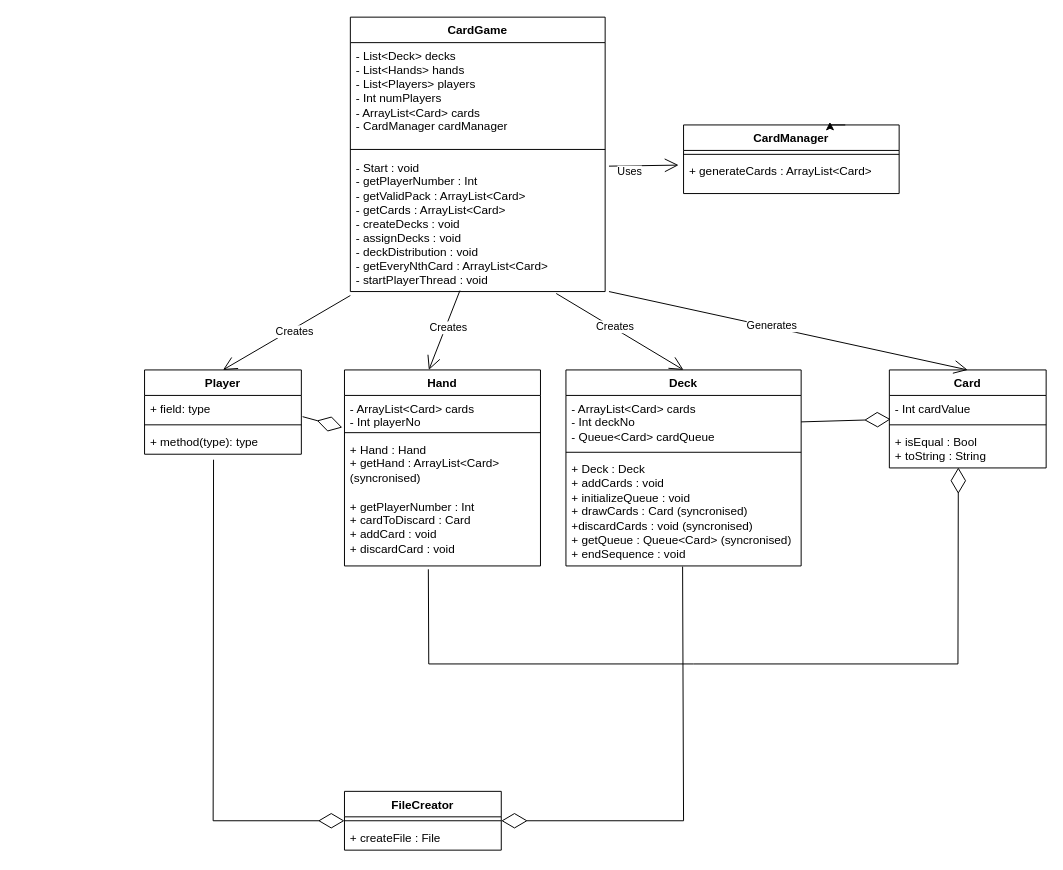
This is Untitled Diagram.drawio from Finn-Gosney/Card-game-software-dev, a draw.io file, before an edit. Source tidied: cells renumbered, new cells numbered last; positions are measured from the earlier drawing's top-left corner, leaving out a move shared by most shapes. Both pictures are drawn from the tidied source at 98%, with x=0, y=0 at pixel (144, 17).
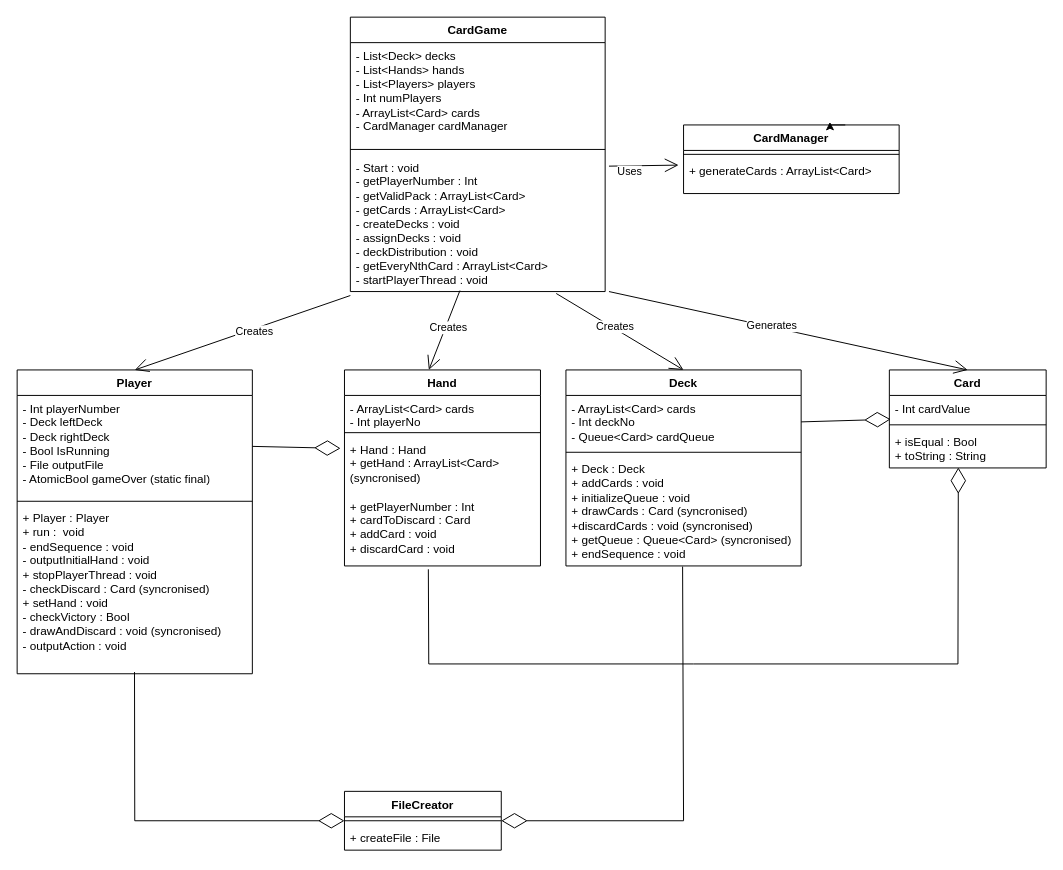
The same page after the edit.

Unchanged cells that the change refers to:
```xml
<mxCell id="17" value="FileCreator" style="swimlane;fontStyle=1;align=center;verticalAlign=top;horizontal=1;startSize=26;whiteSpace=wrap;html=1;" parent="1" vertex="1">
  <mxGeometry x="204" y="790" width="160" height="60" as="geometry" />
</mxCell>
<mxCell id="23" value="&lt;div&gt;- ArrayList&amp;lt;Card&amp;gt; cards&lt;/div&gt;&lt;div&gt;- Int playerNo&lt;br&gt;&lt;/div&gt;" style="text;strokeColor=none;fillColor=none;align=left;verticalAlign=top;spacingLeft=4;spacingRight=4;overflow=hidden;points=[[0,0.5],[1,0.5]];portConstraint=eastwest;whiteSpace=wrap;html=1;" parent="20" vertex="1">
  <mxGeometry y="26" width="200" height="34" as="geometry" />
</mxCell>
```

Diff of the diagram source:
```diff
@@
     <mxCell id="6" value="Player" style="swimlane;fontStyle=1;align=center;verticalAlign=top;horizontal=1;startSize=26;whiteSpace=wrap;html=1;" parent="1" vertex="1">
-      <mxGeometry y="360" width="160" height="86" as="geometry" />
+      <mxGeometry x="-130" y="360" width="240" height="310" as="geometry" />
     </mxCell>
-    <mxCell id="7" value="+ field: type" style="text;strokeColor=none;fillColor=none;align=left;verticalAlign=top;spacingLeft=4;spacingRight=4;overflow=hidden;points=[[0,0.5],[1,0.5]];portConstraint=eastwest;whiteSpace=wrap;html=1;" parent="6" vertex="1">
-      <mxGeometry y="26" width="160" height="26" as="geometry" />
+    <mxCell id="7" value="&lt;div&gt;- Int playerNumber&lt;/div&gt;&lt;div&gt;- Deck leftDeck&lt;/div&gt;&lt;div&gt;- Deck rightDeck &lt;br&gt;&lt;/div&gt;&lt;div&gt;- Bool IsRunning&lt;/div&gt;&lt;div&gt;- File outputFile&lt;/div&gt;&lt;div&gt;- AtomicBool gameOver (static final) &lt;br&gt;&lt;/div&gt;&lt;div&gt;&lt;br&gt;&lt;/div&gt;" style="text;strokeColor=none;fillColor=none;align=left;verticalAlign=top;spacingLeft=4;spacingRight=4;overflow=hidden;points=[[0,0.5],[1,0.5]];portConstraint=eastwest;whiteSpace=wrap;html=1;" parent="6" vertex="1">
+      <mxGeometry y="26" width="240" height="104" as="geometry" />
     </mxCell>
     <mxCell id="8" style="line;strokeWidth=1;fillColor=none;align=left;verticalAlign=middle;spacingTop=-1;spacingLeft=3;spacingRight=3;labelPosition=right;strokeColor=inherit;" parent="6" vertex="1">
-      <mxGeometry y="52" width="160" height="8" as="geometry" />
+      <mxGeometry y="130" width="240" height="8" as="geometry" />
     </mxCell>
-    <mxCell id="9" value="+ method(type): type" style="text;strokeColor=none;fillColor=none;align=left;verticalAlign=top;spacingLeft=4;spacingRight=4;overflow=hidden;points=[[0,0.5],[1,0.5]];portConstraint=eastwest;whiteSpace=wrap;html=1;" parent="6" vertex="1">
-      <mxGeometry y="60" width="160" height="26" as="geometry" />
+    <mxCell id="9" value="&lt;div&gt;+ Player : Player&lt;/div&gt;&lt;div&gt;+ run :&amp;nbsp; void&lt;/div&gt;&lt;div&gt;- endSequence : void&lt;/div&gt;&lt;div&gt;- outputInitialHand : void&lt;/div&gt;&lt;div&gt;+ stopPlayerThread : void&lt;/div&gt;&lt;div&gt;- checkDiscard : Card (syncronised)&lt;/div&gt;&lt;div&gt;+ setHand : void&lt;/div&gt;&lt;div&gt;- checkVictory : Bool &lt;br&gt;&lt;/div&gt;&lt;div&gt;- drawAndDiscard : void (syncronised)&lt;/div&gt;&lt;div&gt;- outputAction : void&lt;br&gt;&lt;/div&gt;" style="text;strokeColor=none;fillColor=none;align=left;verticalAlign=top;spacingLeft=4;spacingRight=4;overflow=hidden;points=[[0,0.5],[1,0.5]];portConstraint=eastwest;whiteSpace=wrap;html=1;" parent="6" vertex="1">
+      <mxGeometry y="138" width="240" height="172" as="geometry" />
     </mxCell>
@@
-    <mxCell id="39" style="endArrow=diamondThin;endFill=0;endSize=24;html=1;rounded=0;exitX=1.008;exitY=0.833;exitDx=0;exitDy=0;exitPerimeter=0;entryX=-0.011;entryY=0.962;entryDx=0;entryDy=0;entryPerimeter=0;" parent="1" edge="1" source="7" target="23">
-      <mxGeometry relative="1" as="geometry" />
+    <mxCell id="39" style="endArrow=diamondThin;endFill=0;endSize=24;html=1;rounded=0;exitX=1;exitY=0.5;exitDx=0;exitDy=0;" parent="1" edge="1" source="7">
+      <mxGeometry relative="1" as="geometry">
+        <mxPoint x="200" y="440" as="targetPoint" />
+      </mxGeometry>
     </mxCell>
@@
-    <mxCell id="42" style="endArrow=diamondThin;endFill=0;endSize=24;html=1;rounded=0;exitX=0.44;exitY=1.215;exitDx=0;exitDy=0;exitPerimeter=0;entryX=0;entryY=0.5;entryDx=0;entryDy=0;" parent="1" edge="1" source="9" target="17">
+    <mxCell id="42" style="endArrow=diamondThin;endFill=0;endSize=24;html=1;rounded=0;exitX=0.499;exitY=0.99;exitDx=0;exitDy=0;exitPerimeter=0;entryX=0;entryY=0.5;entryDx=0;entryDy=0;" parent="1" edge="1" source="9" target="17">
       <mxGeometry relative="1" as="geometry">
         <Array as="points">
-          <mxPoint x="70" y="820" />
+          <mxPoint x="-10" y="820" />
         </Array>
       </mxGeometry>
     </mxCell>
```
